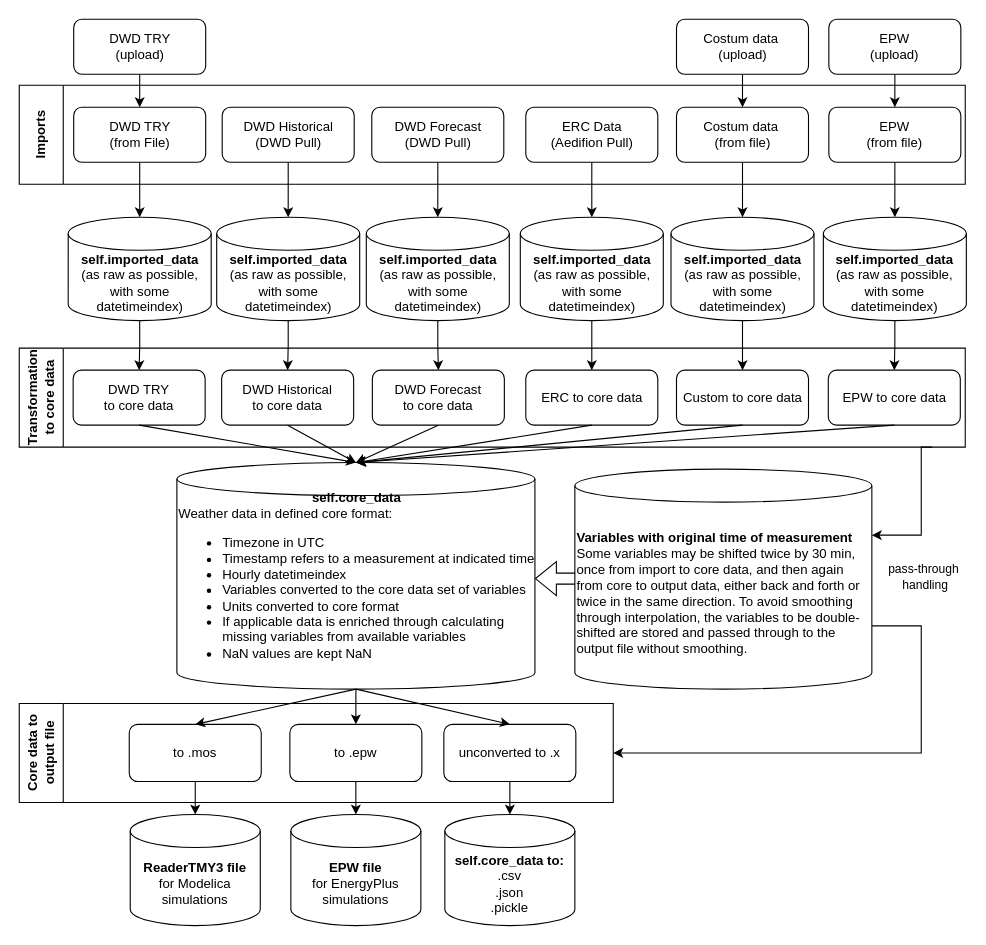
Earlier version of the draw.io diagram docs/Overview_WeatherTool.drawio (RWTH-EBC/AixWeather). Source tidied: cells renumbered, new cells numbered last; positions are measured from the earlier drawing's top-left corner, leaving out a move shared by most shapes. Both pictures are drawn from the tidied source at 110%, with x=0, y=0 at pixel (19, 19).
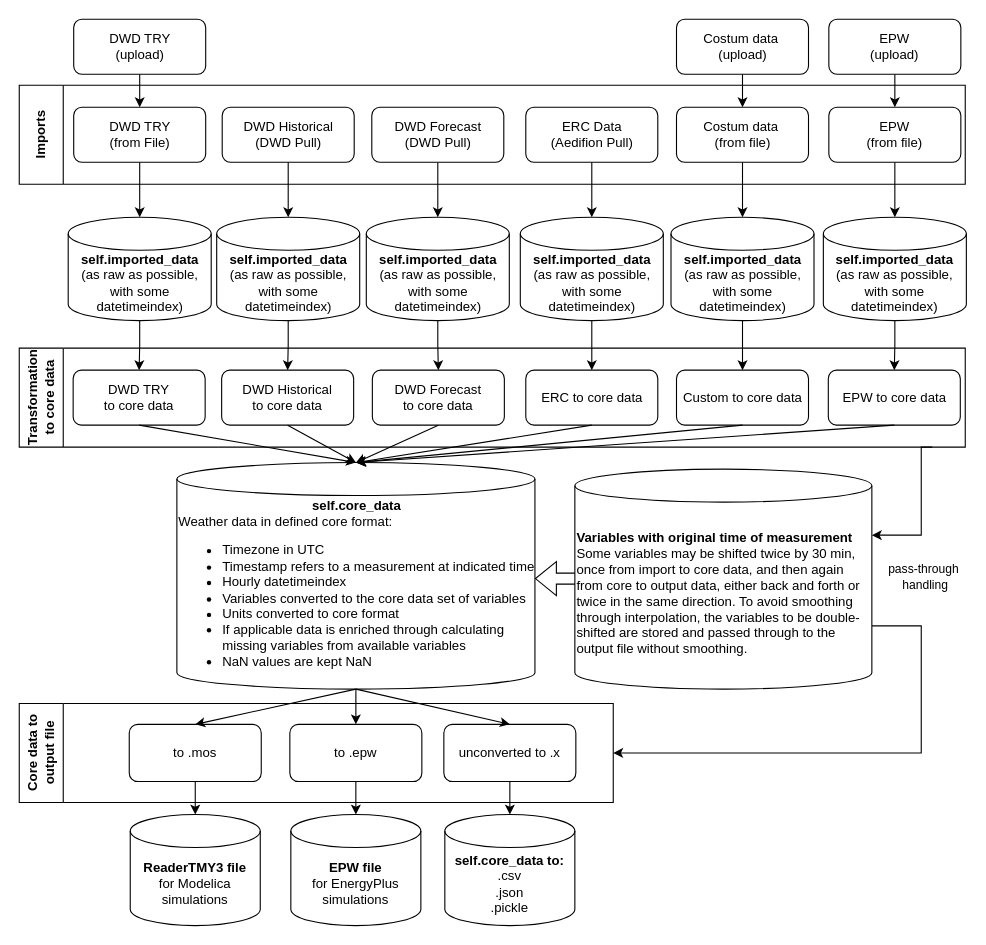
Above is the later version.

Commit message (it also covers changes not shown here):
Improve resolution of image

The edit, as a diff of the source:
```diff
@@
-    <mxCell id="5" value="&lt;div style=&quot;text-align: center;&quot;&gt;&lt;b style=&quot;background-color: initial; border-color: var(--border-color);&quot;&gt;self.core_data&lt;/b&gt;&lt;/div&gt;Weather data in defined core format:&lt;br&gt;&lt;ul&gt;&lt;li&gt;Timezone in UTC&lt;/li&gt;&lt;li&gt;Timestamp refers to a measurement at indicated time&lt;/li&gt;&lt;li&gt;Hourly datetimeindex&amp;nbsp;&lt;/li&gt;&lt;li&gt;Variables converted to the core data set of variables&lt;/li&gt;&lt;li&gt;Units converted to core format&lt;/li&gt;&lt;li&gt;If applicable data is enriched through calculating missing variables from available variables&lt;/li&gt;&lt;li&gt;&lt;span style=&quot;background-color: initial;&quot;&gt;NaN values are kept NaN&lt;/span&gt;&lt;/li&gt;&lt;/ul&gt;&lt;div&gt;&amp;nbsp;&lt;/div&gt;" style="shape=cylinder3;whiteSpace=wrap;html=1;boundedLbl=1;backgroundOutline=1;size=15;align=left;" parent="1" vertex="1">
+    <mxCell id="5" value="&lt;div style=&quot;text-align: center;&quot;&gt;&lt;b style=&quot;background-color: initial; border-color: var(--border-color);&quot;&gt;&lt;br&gt;&lt;/b&gt;&lt;/div&gt;&lt;div style=&quot;text-align: center;&quot;&gt;&lt;b style=&quot;background-color: initial; border-color: var(--border-color);&quot;&gt;self.core_data&lt;/b&gt;&lt;/div&gt;Weather data in defined core format:&lt;br&gt;&lt;ul&gt;&lt;li&gt;Timezone in UTC&lt;/li&gt;&lt;li&gt;Timestamp refers to a measurement at indicated time&lt;/li&gt;&lt;li&gt;Hourly datetimeindex&amp;nbsp;&lt;/li&gt;&lt;li&gt;Variables converted to the core data set of variables&lt;/li&gt;&lt;li&gt;Units converted to core format&lt;/li&gt;&lt;li&gt;If applicable data is enriched through calculating missing variables from available variables&lt;/li&gt;&lt;li&gt;&lt;span style=&quot;background-color: initial;&quot;&gt;NaN values are kept NaN&lt;/span&gt;&lt;/li&gt;&lt;/ul&gt;&lt;div&gt;&amp;nbsp;&lt;/div&gt;" style="shape=cylinder3;whiteSpace=wrap;html=1;boundedLbl=1;backgroundOutline=1;size=15;align=left;" parent="1" vertex="1">
       <mxGeometry x="143.3" y="403" width="325.5" height="206" as="geometry" />
     </mxCell>
```
